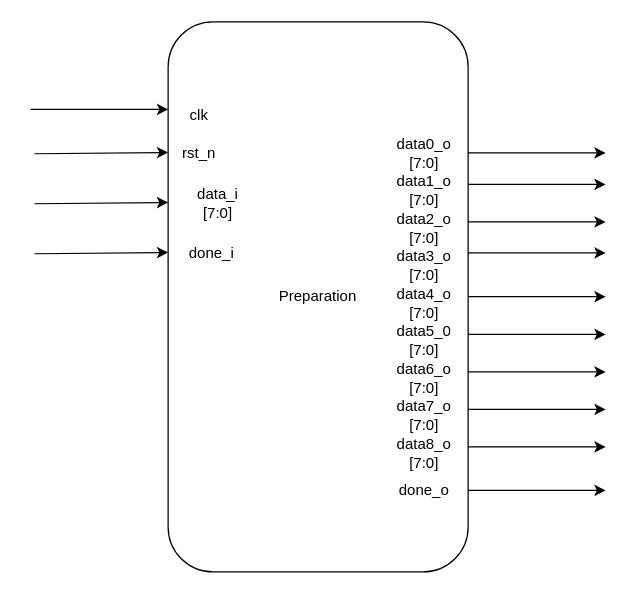
Above: Draw/PreparationModules/PreparationModule.drawio in Hieuueihm/Thesis (draw.io), before the change. Source tidied: cells renumbered, new cells numbered last; positions are measured from the earlier drawing's top-left corner, leaving out a move shared by most shapes. Both pictures are drawn from the tidied source at 125%, with x=0, y=0 at pixel (30, 21).
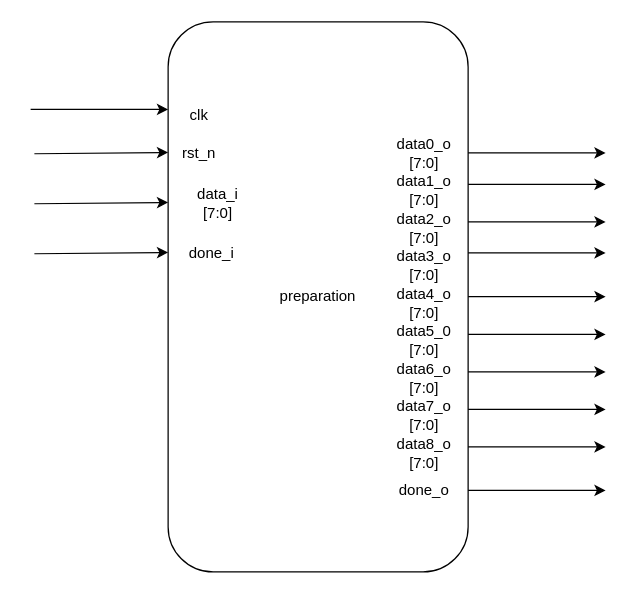
Above is the later version.

What changed in the source:
```diff
@@
-    <mxCell id="2" value="Preparation" style="rounded=1;whiteSpace=wrap;html=1;" parent="1" vertex="1">
+    <mxCell id="2" value="preparation" style="rounded=1;whiteSpace=wrap;html=1;" parent="1" vertex="1">
       <mxGeometry x="110" width="240" height="440" as="geometry" />
     </mxCell>
```
